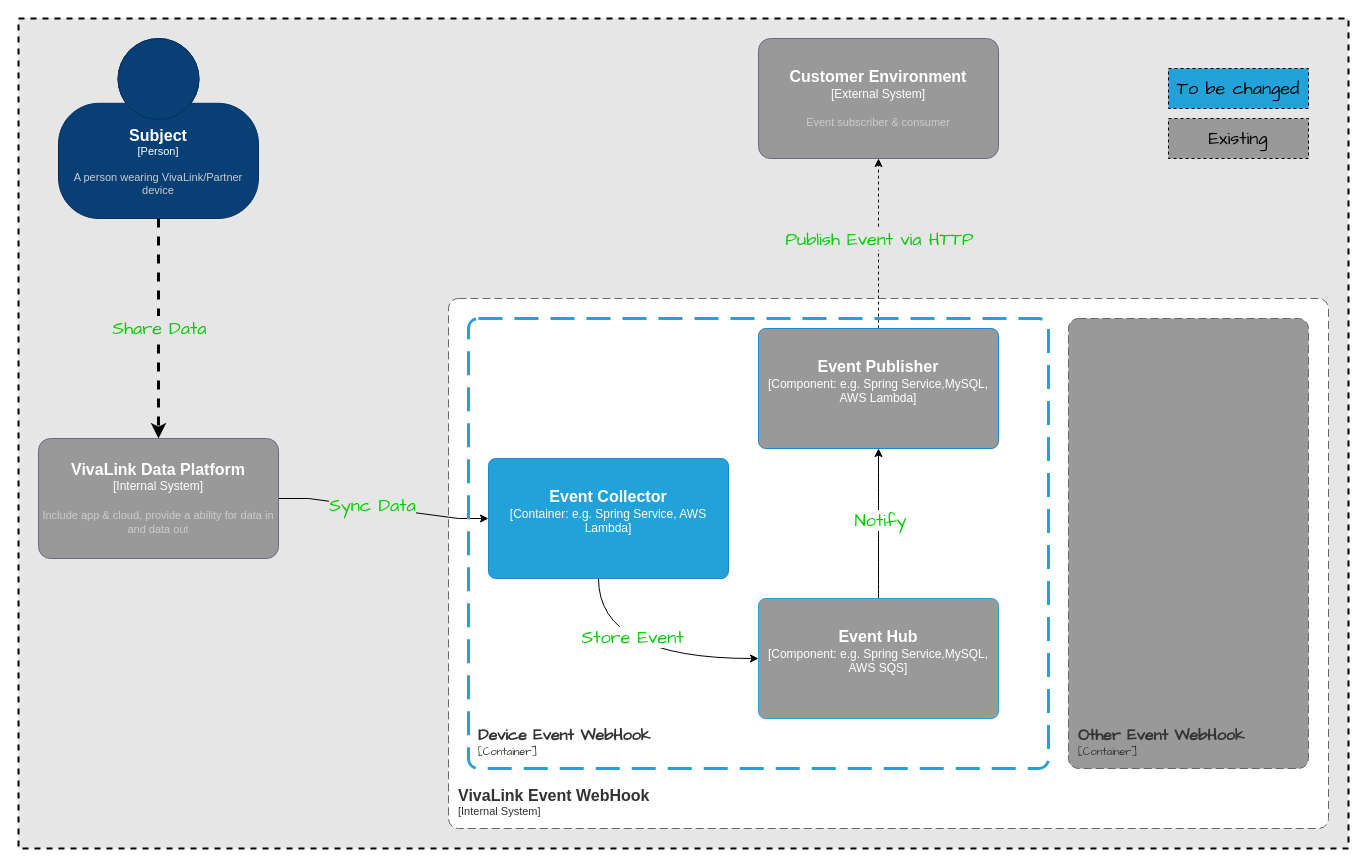
This is Overview of Device Event WebHook.drawio from cjay-xlc/draw.io, a draw.io file, before an edit. Source tidied: cells renumbered, new cells numbered last; positions are measured from the earlier drawing's top-left corner, leaving out a move shared by most shapes. Both pictures are drawn from the tidied source at 100%, with x=0, y=0 at pixel (18, 18).
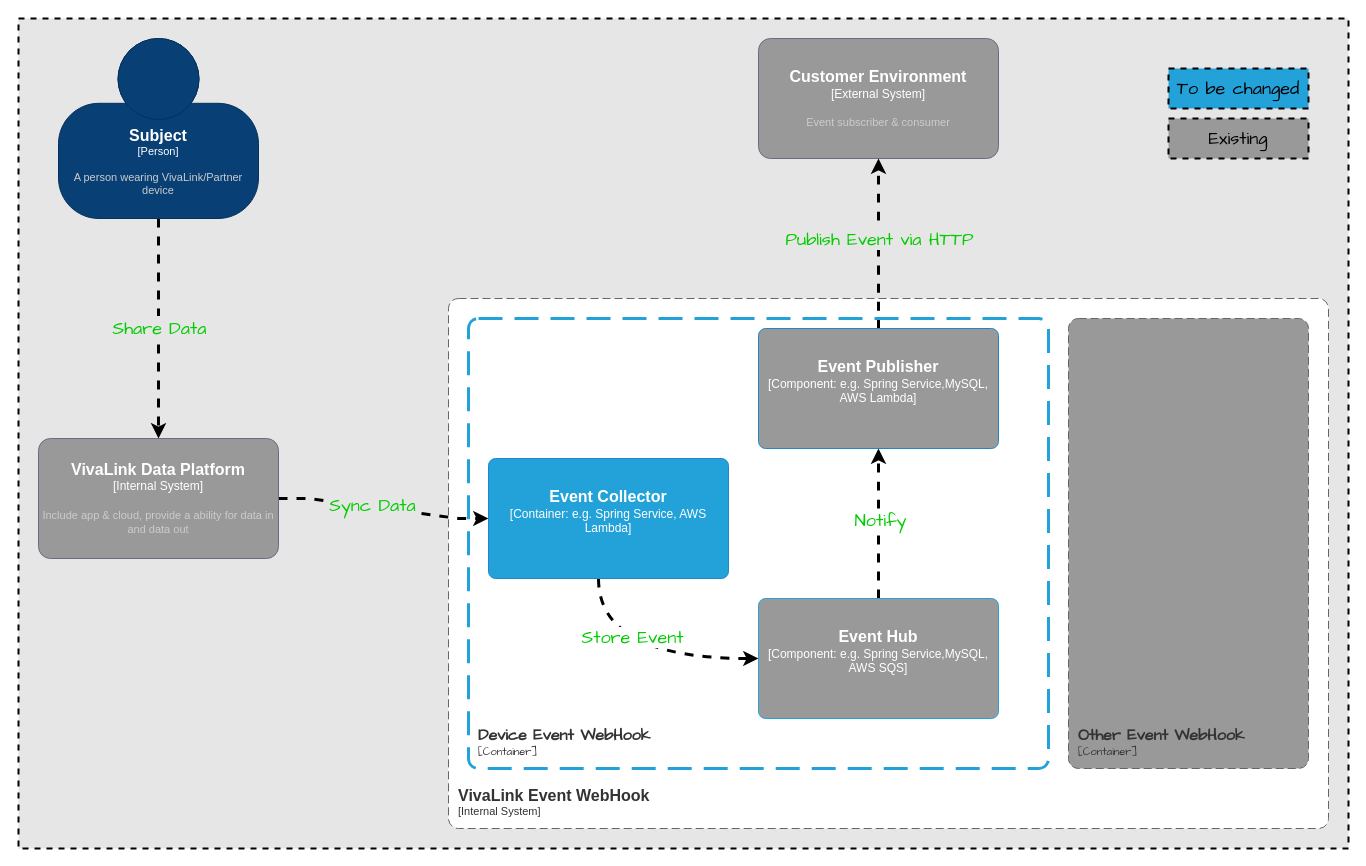
The same diagram, later.

Unchanged cells that the change refers to:
```xml
<object id="7" label="&lt;font style=&quot;font-size: 16px&quot;&gt;&lt;b&gt;%c4Name%&lt;/b&gt;&lt;/font&gt;&lt;div&gt;[%c4Type%]&lt;/div&gt;&lt;br&gt;&lt;div&gt;&lt;font style=&quot;font-size: 11px&quot;&gt;&lt;font color=&quot;#cccccc&quot;&gt;%c4Description%&lt;/font&gt;&lt;/div&gt;" c4Description="Event subscriber &amp; consumer" c4Name="Customer Environment" c4Type="External System" placeholders="1">
  <mxCell style="rounded=1;whiteSpace=wrap;html=1;labelBackgroundColor=none;fillColor=#999999;fontColor=#ffffff;align=center;arcSize=10;strokeColor=#736782;points=[[0.25,0,0],[0.5,0,0],[0.75,0,0],[1,0.25,0],[1,0.5,0],[1,0.75,0],[0.75,1,0],[0.5,1,0],[0.25,1,0],[0,0.75,0],[0,0.5,0],[0,0.25,0]];" parent="1" vertex="1">
    <mxGeometry x="740" y="20" width="240" height="120" as="geometry" />
  </mxCell>
</object>
<object id="10" label="&lt;font style=&quot;font-size: 16px&quot;&gt;&lt;b&gt;%c4Name%&lt;/b&gt;&lt;/font&gt;&lt;div&gt;[%c4Type%]&lt;/div&gt;&lt;br&gt;&lt;div&gt;&lt;font style=&quot;font-size: 11px&quot;&gt;&lt;font color=&quot;#cccccc&quot;&gt;%c4Description%&lt;/font&gt;&lt;/div&gt;" c4Description="Include app &amp; cloud, provide a ability for data in and data out" c4Name="VivaLink Data Platform" c4Type="Internal System" placeholders="1">
  <mxCell style="rounded=1;whiteSpace=wrap;html=1;labelBackgroundColor=none;fillColor=#999999;fontColor=#ffffff;align=center;arcSize=10;strokeColor=#736782;points=[[0.25,0,0],[0.5,0,0],[0.75,0,0],[1,0.25,0],[1,0.5,0],[1,0.75,0],[0.75,1,0],[0.5,1,0],[0.25,1,0],[0,0.75,0],[0,0.5,0],[0,0.25,0]];" parent="1" vertex="1">
    <mxGeometry x="20" y="420" width="240" height="120" as="geometry" />
  </mxCell>
</object>
<object id="13" label="&lt;font style=&quot;font-size: 16px&quot;&gt;&lt;b&gt;%c4Name%&lt;/b&gt;&lt;/font&gt;&lt;div&gt;[%c4Type%: %c4Technology%]&lt;/div&gt;&lt;br&gt;&lt;div&gt;&lt;font style=&quot;font-size: 11px&quot;&gt;%c4Description%&lt;/font&gt;&lt;/div&gt;" c4Description="" c4Name="Event Collector" c4Technology="e.g. Spring Service, AWS Lambda" c4Type="Container" placeholders="1">
  <mxCell style="rounded=1;whiteSpace=wrap;html=1;labelBackgroundColor=none;fillColor=#23A2D9;fontColor=#ffffff;align=center;arcSize=6;strokeColor=#2086C9;points=[[0.25,0,0],[0.5,0,0],[0.75,0,0],[1,0.25,0],[1,0.5,0],[1,0.75,0],[0.75,1,0],[0.5,1,0],[0.25,1,0],[0,0.75,0],[0,0.5,0],[0,0.25,0]];" parent="1" vertex="1">
    <mxGeometry x="470" y="440" width="240" height="120" as="geometry" />
  </mxCell>
</object>
<object id="16" label="&lt;font style=&quot;font-size: 16px&quot;&gt;&lt;b&gt;%c4Name%&lt;/b&gt;&lt;/font&gt;&lt;div&gt;[%c4Type%: %c4Technology%]&lt;/div&gt;&lt;br&gt;&lt;div&gt;&lt;font style=&quot;font-size: 11px&quot;&gt;%c4Description%&lt;/font&gt;&lt;/div&gt;" c4Description="" c4Name="Event Hub" c4Technology="e.g. Spring Service,MySQL, AWS SQS" c4Type="Component" placeholders="1">
  <mxCell style="rounded=1;whiteSpace=wrap;html=1;labelBackgroundColor=none;fillColor=#999999;fontColor=#ffffff;align=center;arcSize=6;strokeColor=#23A2D9;points=[[0.25,0,0],[0.5,0,0],[0.75,0,0],[1,0.25,0],[1,0.5,0],[1,0.75,0],[0.75,1,0],[0.5,1,0],[0.25,1,0],[0,0.75,0],[0,0.5,0],[0,0.25,0]];" parent="1" vertex="1">
    <mxGeometry x="740" y="580" width="240" height="120" as="geometry" />
  </mxCell>
</object>
<object id="19" label="&lt;font style=&quot;font-size: 16px&quot;&gt;&lt;b&gt;%c4Name%&lt;/b&gt;&lt;/font&gt;&lt;div&gt;[%c4Type%: %c4Technology%]&lt;/div&gt;&lt;br&gt;&lt;div&gt;&lt;font style=&quot;font-size: 11px&quot;&gt;%c4Description%&lt;/font&gt;&lt;/div&gt;" c4Description="" c4Name="Event Publisher" c4Technology="e.g. Spring Service,MySQL, AWS Lambda" c4Type="Component" placeholders="1">
  <mxCell style="rounded=1;whiteSpace=wrap;html=1;labelBackgroundColor=none;fillColor=#999999;fontColor=#ffffff;align=center;arcSize=6;strokeColor=#2086C9;points=[[0.25,0,0],[0.5,0,0],[0.75,0,0],[1,0.25,0],[1,0.5,0],[1,0.75,0],[0.75,1,0],[0.5,1,0],[0.25,1,0],[0,0.75,0],[0,0.5,0],[0,0.25,0]];" parent="1" vertex="1">
    <mxGeometry x="740" y="310" width="240" height="120" as="geometry" />
  </mxCell>
</object>
```

Change to the diagram source:
```diff
@@
-    <mxCell id="8" style="edgeStyle=entityRelationEdgeStyle;rounded=0;jettySize=auto;html=1;fontColor=#000000;exitX=1;exitY=0.5;exitDx=0;exitDy=0;exitPerimeter=0;" parent="1" edge="1" source="10" target="13">
+    <mxCell id="8" style="edgeStyle=entityRelationEdgeStyle;rounded=0;jettySize=auto;html=1;fontColor=#000000;exitX=1;exitY=0.5;exitDx=0;exitDy=0;exitPerimeter=0;dashed=1;strokeWidth=3;" parent="1" edge="1" source="10" target="13">
       <mxGeometry relative="1" as="geometry" />
     </mxCell>
@@
-    <mxCell id="11" style="edgeStyle=orthogonalEdgeStyle;rounded=0;jettySize=auto;html=1;fontColor=#000000;elbow=vertical;entryX=0;entryY=0.5;entryDx=0;entryDy=0;entryPerimeter=0;curved=1;" parent="1" edge="1" target="16">
+    <mxCell id="11" style="edgeStyle=orthogonalEdgeStyle;rounded=0;jettySize=auto;html=1;fontColor=#000000;elbow=vertical;entryX=0;entryY=0.5;entryDx=0;entryDy=0;entryPerimeter=0;curved=1;dashed=1;strokeWidth=3;" parent="1" edge="1" target="16">
       <mxGeometry relative="1" as="geometry">
         <mxPoint x="580" y="560" as="sourcePoint" />
         <Array as="points">
           <mxPoint x="580" y="640" />
         </Array>
       </mxGeometry>
     </mxCell>
@@
-    <mxCell id="14" style="edgeStyle=orthogonalEdgeStyle;curved=1;rounded=0;jettySize=auto;html=1;exitX=0.5;exitY=0;exitDx=0;exitDy=0;exitPerimeter=0;fontColor=#000000;elbow=vertical;" parent="1" edge="1" source="16" target="19">
+    <mxCell id="14" style="edgeStyle=orthogonalEdgeStyle;curved=1;rounded=0;jettySize=auto;html=1;exitX=0.5;exitY=0;exitDx=0;exitDy=0;exitPerimeter=0;fontColor=#000000;elbow=vertical;strokeWidth=3;dashed=1;" parent="1" edge="1" source="16" target="19">
       <mxGeometry relative="1" as="geometry" />
     </mxCell>
@@
-    <mxCell id="17" style="edgeStyle=orthogonalEdgeStyle;curved=1;rounded=0;jettySize=auto;html=1;fontColor=#000000;elbow=vertical;dashed=1;" parent="1" edge="1" source="19" target="7">
+    <mxCell id="17" style="edgeStyle=orthogonalEdgeStyle;curved=1;rounded=0;jettySize=auto;html=1;fontColor=#000000;elbow=vertical;dashed=1;strokeWidth=3;" parent="1" edge="1" source="19" target="7">
       <mxGeometry relative="1" as="geometry" />
     </mxCell>
@@
-    <mxCell id="22" value="&lt;font color=&quot;#000000&quot;&gt;To be changed&lt;/font&gt;" style="rounded=0;whiteSpace=wrap;html=1;labelBackgroundColor=none;fontFamily=Comic Sans MS;fontSize=18;fontColor=#00CC00;fillColor=#23A2D9;dashed=1;" parent="1" vertex="1">
+    <mxCell id="22" value="&lt;font color=&quot;#000000&quot;&gt;To be changed&lt;/font&gt;" style="rounded=0;whiteSpace=wrap;html=1;labelBackgroundColor=none;fontFamily=Comic Sans MS;fontSize=18;fontColor=#00CC00;fillColor=#23A2D9;dashed=1;strokeWidth=2;" parent="1" vertex="1">
       <mxGeometry x="1150" y="50" width="140" height="40" as="geometry" />
     </mxCell>
-    <mxCell id="23" value="&lt;font color=&quot;#000000&quot;&gt;Existing&lt;/font&gt;" style="rounded=0;whiteSpace=wrap;html=1;labelBackgroundColor=none;fontFamily=Comic Sans MS;fontSize=18;fontColor=#00CC00;fillColor=#999999;dashed=1;" parent="1" vertex="1">
+    <mxCell id="23" value="&lt;font color=&quot;#000000&quot;&gt;Existing&lt;/font&gt;" style="rounded=0;whiteSpace=wrap;html=1;labelBackgroundColor=none;fontFamily=Comic Sans MS;fontSize=18;fontColor=#00CC00;fillColor=#999999;dashed=1;strokeWidth=2;" parent="1" vertex="1">
       <mxGeometry x="1150" y="100" width="140" height="40" as="geometry" />
     </mxCell>
```
